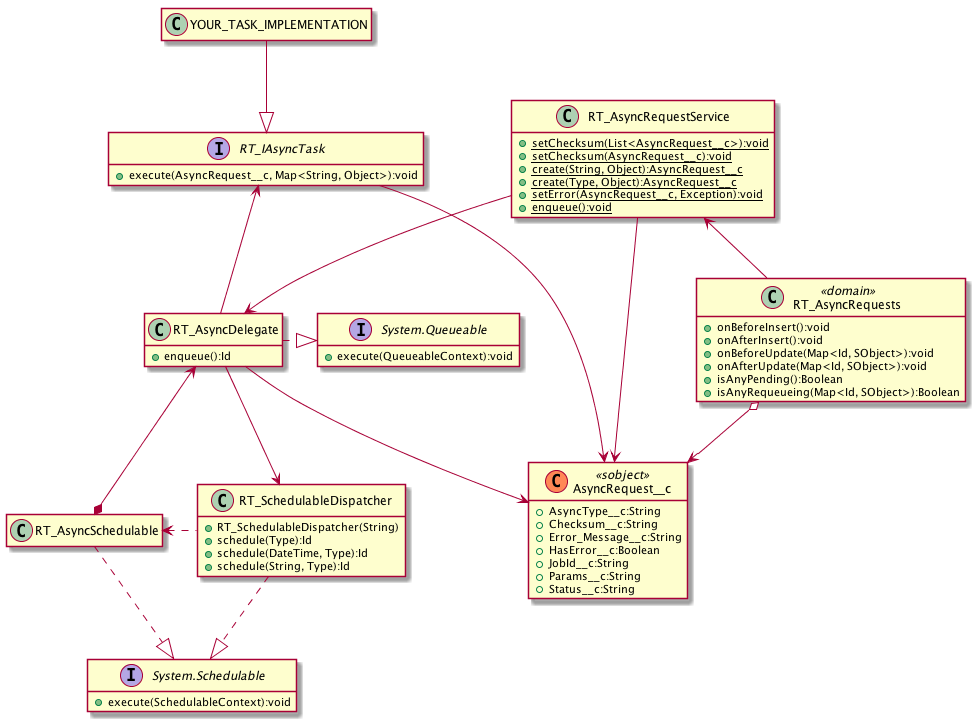
redteal/apex-async keeps this PlantUML diagram as docs/async-uml.png. Above is the earlier version.
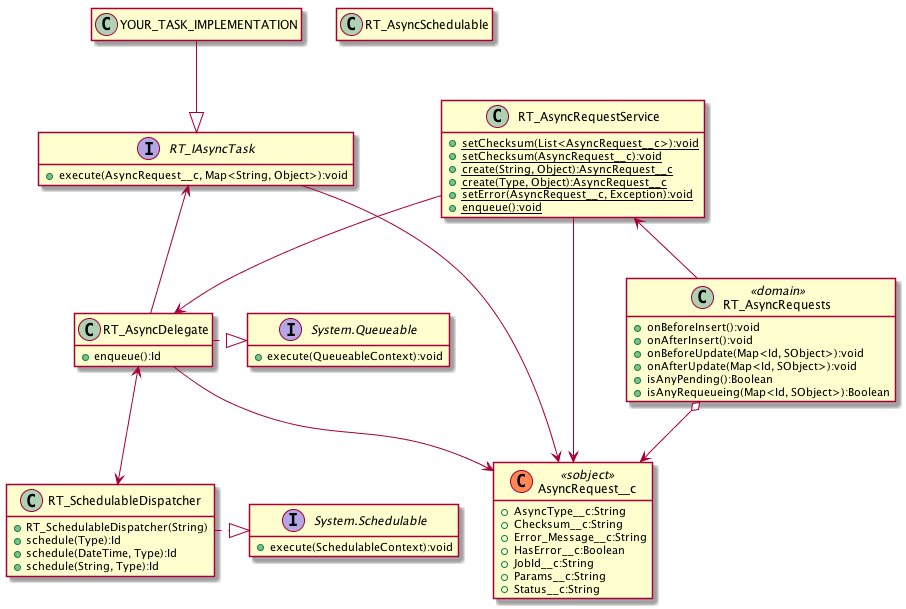
After the change.

Commit message:
Move RT_AsyncSchedulable to inner class of RT_AsyncDelegate

What changed in the source:
```diff
@@ -54,14 +54,11 @@
 RT_IAsyncTask ---> AsyncRequest__c
 RT_AsyncRequests o--> AsyncRequest__c
 RT_AsyncDelegate --> AsyncRequest__c
-RT_AsyncDelegate --> RT_SchedulableDispatcher
-RT_AsyncDelegate <--* RT_AsyncSchedulable
+RT_AsyncDelegate <--> RT_SchedulableDispatcher
 RT_AsyncRequestService <-- RT_AsyncRequests
 RT_AsyncRequestService --> AsyncRequest__c
 RT_AsyncRequestService --> RT_AsyncDelegate
-RT_AsyncSchedulable ..|> System.Schedulable
-RT_SchedulableDispatcher ..|> System.Schedulable
-RT_AsyncSchedulable <. RT_SchedulableDispatcher
+RT_SchedulableDispatcher .|> System.Schedulable
 RT_AsyncDelegate .|> System.Queueable
 
 YOUR_TASK_IMPLEMENTATION --|> RT_IAsyncTask
```
